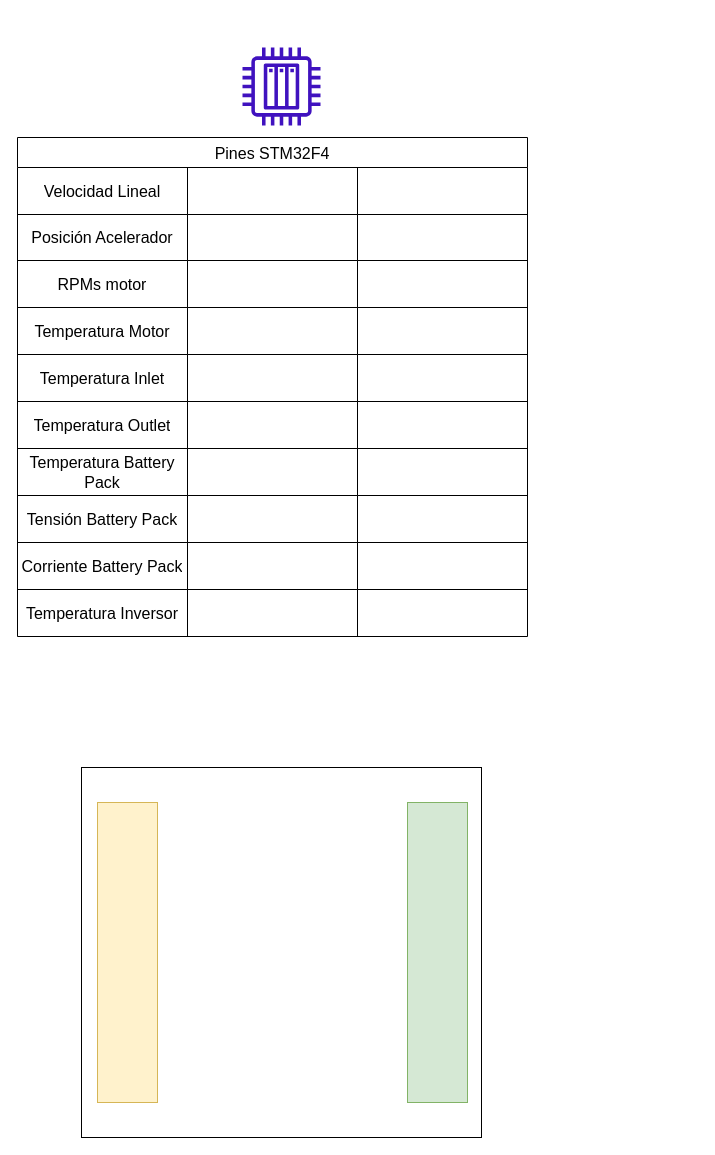
This is PinesHardware.drawio from EnekoJL/AMS_GitHub, a draw.io file, before an edit. Source tidied: cells renumbered, new cells numbered last; positions are measured from the earlier drawing's top-left corner, leaving out a move shared by most shapes. Both pictures are drawn from the tidied source at 100%, with x=0, y=0 at pixel (17, 47).
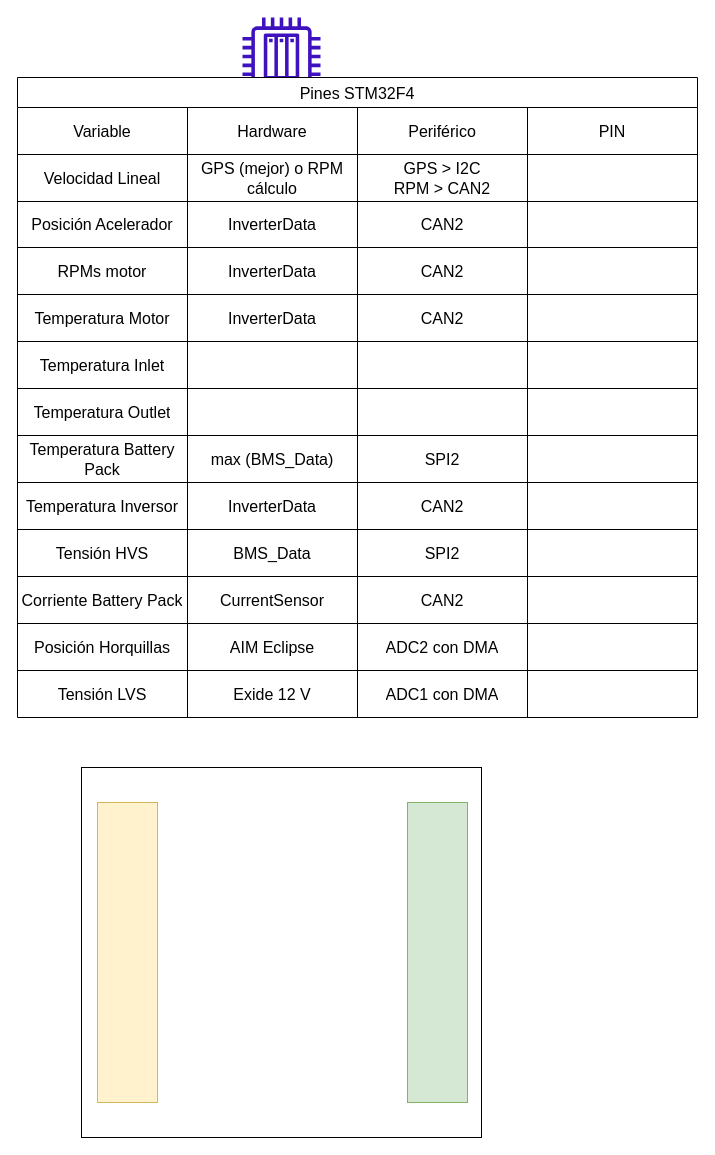
The same diagram, later.

Commit message:
Avance en tabla

The edit, as a diff of the source:
```diff
@@
     <mxCell id="2" style="sketch=0;fillColor=#4012BF;strokeColor=#4012BF;dashed=0;verticalLabelPosition=bottom;verticalAlign=top;align=center;html=1;fontSize=12;fontStyle=0;shape=mxgraph.aws4.iot_thing_plc;" parent="1" vertex="1">
-      <mxGeometry x="225" width="78" height="78" as="geometry" />
+      <mxGeometry x="225" y="-30" width="78" height="78" as="geometry" />
     </mxCell>
@@
     <mxCell id="7" value="Pines STM32F4" style="shape=table;startSize=30;childLayout=tableLayout;strokeColor=default;fontSize=16;" parent="1" vertex="1">
-      <mxGeometry y="90" width="510" height="499" as="geometry" />
+      <mxGeometry y="30" width="680" height="640" as="geometry" />
     </mxCell>
+    <mxCell id="48" style="shape=tableRow;horizontal=0;startSize=0;swimlaneHead=0;swimlaneBody=0;strokeColor=inherit;top=0;left=0;bottom=0;right=0;fillColor=none;fontSize=16;" parent="7" vertex="1">
+      <mxGeometry y="30" width="680" height="47" as="geometry" />
+    </mxCell>
+    <mxCell id="49" value="Variable" style="shape=partialRectangle;html=1;whiteSpace=wrap;strokeColor=inherit;overflow=hidden;fillColor=none;top=0;left=0;bottom=0;right=0;fontSize=16;" parent="48" vertex="1">
+      <mxGeometry width="170" height="47" as="geometry" />
+    </mxCell>
+    <mxCell id="50" value="Hardware" style="shape=partialRectangle;html=1;whiteSpace=wrap;strokeColor=inherit;overflow=hidden;fillColor=none;top=0;left=0;bottom=0;right=0;fontSize=16;" parent="48" vertex="1">
+      <mxGeometry x="170" width="170" height="47" as="geometry" />
+    </mxCell>
+    <mxCell id="51" value="Periférico" style="shape=partialRectangle;html=1;whiteSpace=wrap;strokeColor=inherit;overflow=hidden;fillColor=none;top=0;left=0;bottom=0;right=0;fontSize=16;" parent="48" vertex="1">
+      <mxGeometry x="340" width="170" height="47" as="geometry" />
+    </mxCell>
+    <mxCell id="52" value="PIN" style="shape=partialRectangle;html=1;whiteSpace=wrap;strokeColor=inherit;overflow=hidden;fillColor=none;top=0;left=0;bottom=0;right=0;fontSize=16;" parent="48" vertex="1">
+      <mxGeometry x="510" width="170" height="47" as="geometry" />
+    </mxCell>
     <mxCell id="8" style="shape=tableRow;horizontal=0;startSize=0;swimlaneHead=0;swimlaneBody=0;strokeColor=inherit;top=0;left=0;bottom=0;right=0;fillColor=none;fontSize=16;" parent="7" vertex="1">
-      <mxGeometry y="30" width="510" height="47" as="geometry" />
+      <mxGeometry y="77" width="680" height="47" as="geometry" />
     </mxCell>
@@
-    <mxCell id="10" style="shape=partialRectangle;html=1;whiteSpace=wrap;strokeColor=inherit;overflow=hidden;fillColor=none;top=0;left=0;bottom=0;right=0;fontSize=16;" parent="8" vertex="1">
+    <mxCell id="10" value="GPS (mejor) o RPM cálculo" style="shape=partialRectangle;html=1;whiteSpace=wrap;strokeColor=inherit;overflow=hidden;fillColor=none;top=0;left=0;bottom=0;right=0;fontSize=16;" parent="8" vertex="1">
       <mxGeometry x="170" width="170" height="47" as="geometry" />
     </mxCell>
-    <mxCell id="11" style="shape=partialRectangle;html=1;whiteSpace=wrap;strokeColor=inherit;overflow=hidden;fillColor=none;top=0;left=0;bottom=0;right=0;fontSize=16;" parent="8" vertex="1">
+    <mxCell id="11" value="GPS &amp;gt; I2C&lt;div&gt;RPM &amp;gt; CAN2&lt;/div&gt;" style="shape=partialRectangle;html=1;whiteSpace=wrap;strokeColor=inherit;overflow=hidden;fillColor=none;top=0;left=0;bottom=0;right=0;fontSize=16;" parent="8" vertex="1">
       <mxGeometry x="340" width="170" height="47" as="geometry" />
     </mxCell>
+    <mxCell id="53" style="shape=partialRectangle;html=1;whiteSpace=wrap;strokeColor=inherit;overflow=hidden;fillColor=none;top=0;left=0;bottom=0;right=0;fontSize=16;" parent="8" vertex="1">
+      <mxGeometry x="510" width="170" height="47" as="geometry" />
+    </mxCell>
     <mxCell id="12" style="shape=tableRow;horizontal=0;startSize=0;swimlaneHead=0;swimlaneBody=0;strokeColor=inherit;top=0;left=0;bottom=0;right=0;fillColor=none;fontSize=16;" parent="7" vertex="1">
-      <mxGeometry y="77" width="510" height="46" as="geometry" />
+      <mxGeometry y="124" width="680" height="46" as="geometry" />
     </mxCell>
@@
-    <mxCell id="14" style="shape=partialRectangle;html=1;whiteSpace=wrap;strokeColor=inherit;overflow=hidden;fillColor=none;top=0;left=0;bottom=0;right=0;fontSize=16;" parent="12" vertex="1">
+    <mxCell id="14" value="InverterData" style="shape=partialRectangle;html=1;whiteSpace=wrap;strokeColor=inherit;overflow=hidden;fillColor=none;top=0;left=0;bottom=0;right=0;fontSize=16;" parent="12" vertex="1">
       <mxGeometry x="170" width="170" height="46" as="geometry" />
     </mxCell>
-    <mxCell id="15" style="shape=partialRectangle;html=1;whiteSpace=wrap;strokeColor=inherit;overflow=hidden;fillColor=none;top=0;left=0;bottom=0;right=0;fontSize=16;" parent="12" vertex="1">
+    <mxCell id="15" value="CAN2" style="shape=partialRectangle;html=1;whiteSpace=wrap;strokeColor=inherit;overflow=hidden;fillColor=none;top=0;left=0;bottom=0;right=0;fontSize=16;" parent="12" vertex="1">
       <mxGeometry x="340" width="170" height="46" as="geometry" />
     </mxCell>
+    <mxCell id="54" style="shape=partialRectangle;html=1;whiteSpace=wrap;strokeColor=inherit;overflow=hidden;fillColor=none;top=0;left=0;bottom=0;right=0;fontSize=16;" parent="12" vertex="1">
+      <mxGeometry x="510" width="170" height="46" as="geometry" />
+    </mxCell>
     <mxCell id="16" style="shape=tableRow;horizontal=0;startSize=0;swimlaneHead=0;swimlaneBody=0;strokeColor=inherit;top=0;left=0;bottom=0;right=0;fillColor=none;fontSize=16;" parent="7" vertex="1">
-      <mxGeometry y="123" width="510" height="47" as="geometry" />
+      <mxGeometry y="170" width="680" height="47" as="geometry" />
     </mxCell>
@@
-    <mxCell id="18" style="shape=partialRectangle;html=1;whiteSpace=wrap;strokeColor=inherit;overflow=hidden;fillColor=none;top=0;left=0;bottom=0;right=0;fontSize=16;" parent="16" vertex="1">
+    <mxCell id="18" value="InverterData" style="shape=partialRectangle;html=1;whiteSpace=wrap;strokeColor=inherit;overflow=hidden;fillColor=none;top=0;left=0;bottom=0;right=0;fontSize=16;" parent="16" vertex="1">
       <mxGeometry x="170" width="170" height="47" as="geometry" />
     </mxCell>
-    <mxCell id="19" style="shape=partialRectangle;html=1;whiteSpace=wrap;strokeColor=inherit;overflow=hidden;fillColor=none;top=0;left=0;bottom=0;right=0;fontSize=16;" parent="16" vertex="1">
+    <mxCell id="19" value="CAN2" style="shape=partialRectangle;html=1;whiteSpace=wrap;strokeColor=inherit;overflow=hidden;fillColor=none;top=0;left=0;bottom=0;right=0;fontSize=16;" parent="16" vertex="1">
       <mxGeometry x="340" width="170" height="47" as="geometry" />
     </mxCell>
+    <mxCell id="55" style="shape=partialRectangle;html=1;whiteSpace=wrap;strokeColor=inherit;overflow=hidden;fillColor=none;top=0;left=0;bottom=0;right=0;fontSize=16;" parent="16" vertex="1">
+      <mxGeometry x="510" width="170" height="47" as="geometry" />
+    </mxCell>
     <mxCell id="20" style="shape=tableRow;horizontal=0;startSize=0;swimlaneHead=0;swimlaneBody=0;strokeColor=inherit;top=0;left=0;bottom=0;right=0;fillColor=none;fontSize=16;" parent="7" vertex="1">
-      <mxGeometry y="170" width="510" height="47" as="geometry" />
+      <mxGeometry y="217" width="680" height="47" as="geometry" />
     </mxCell>
@@
-    <mxCell id="22" style="shape=partialRectangle;html=1;whiteSpace=wrap;strokeColor=inherit;overflow=hidden;fillColor=none;top=0;left=0;bottom=0;right=0;fontSize=16;" parent="20" vertex="1">
+    <mxCell id="22" value="InverterData" style="shape=partialRectangle;html=1;whiteSpace=wrap;strokeColor=inherit;overflow=hidden;fillColor=none;top=0;left=0;bottom=0;right=0;fontSize=16;" parent="20" vertex="1">
       <mxGeometry x="170" width="170" height="47" as="geometry" />
     </mxCell>
-    <mxCell id="23" style="shape=partialRectangle;html=1;whiteSpace=wrap;strokeColor=inherit;overflow=hidden;fillColor=none;top=0;left=0;bottom=0;right=0;fontSize=16;" parent="20" vertex="1">
+    <mxCell id="23" value="CAN2" style="shape=partialRectangle;html=1;whiteSpace=wrap;strokeColor=inherit;overflow=hidden;fillColor=none;top=0;left=0;bottom=0;right=0;fontSize=16;" parent="20" vertex="1">
       <mxGeometry x="340" width="170" height="47" as="geometry" />
     </mxCell>
+    <mxCell id="56" style="shape=partialRectangle;html=1;whiteSpace=wrap;strokeColor=inherit;overflow=hidden;fillColor=none;top=0;left=0;bottom=0;right=0;fontSize=16;" parent="20" vertex="1">
+      <mxGeometry x="510" width="170" height="47" as="geometry" />
+    </mxCell>
     <mxCell id="24" style="shape=tableRow;horizontal=0;startSize=0;swimlaneHead=0;swimlaneBody=0;strokeColor=inherit;top=0;left=0;bottom=0;right=0;fillColor=none;fontSize=16;" parent="7" vertex="1">
-      <mxGeometry y="217" width="510" height="47" as="geometry" />
+      <mxGeometry y="264" width="680" height="47" as="geometry" />
     </mxCell>
@@
+    <mxCell id="57" style="shape=partialRectangle;html=1;whiteSpace=wrap;strokeColor=inherit;overflow=hidden;fillColor=none;top=0;left=0;bottom=0;right=0;fontSize=16;" parent="24" vertex="1">
+      <mxGeometry x="510" width="170" height="47" as="geometry" />
+    </mxCell>
     <mxCell id="28" style="shape=tableRow;horizontal=0;startSize=0;swimlaneHead=0;swimlaneBody=0;strokeColor=inherit;top=0;left=0;bottom=0;right=0;fillColor=none;fontSize=16;" parent="7" vertex="1">
-      <mxGeometry y="264" width="510" height="47" as="geometry" />
+      <mxGeometry y="311" width="680" height="47" as="geometry" />
     </mxCell>
@@
+    <mxCell id="58" style="shape=partialRectangle;html=1;whiteSpace=wrap;strokeColor=inherit;overflow=hidden;fillColor=none;top=0;left=0;bottom=0;right=0;fontSize=16;" parent="28" vertex="1">
+      <mxGeometry x="510" width="170" height="47" as="geometry" />
+    </mxCell>
     <mxCell id="32" style="shape=tableRow;horizontal=0;startSize=0;swimlaneHead=0;swimlaneBody=0;strokeColor=inherit;top=0;left=0;bottom=0;right=0;fillColor=none;fontSize=16;" parent="7" vertex="1">
-      <mxGeometry y="311" width="510" height="47" as="geometry" />
+      <mxGeometry y="358" width="680" height="47" as="geometry" />
     </mxCell>
@@
-    <mxCell id="34" style="shape=partialRectangle;html=1;whiteSpace=wrap;strokeColor=inherit;overflow=hidden;fillColor=none;top=0;left=0;bottom=0;right=0;fontSize=16;" parent="32" vertex="1">
+    <mxCell id="34" value="max (BMS_Data)" style="shape=partialRectangle;html=1;whiteSpace=wrap;strokeColor=inherit;overflow=hidden;fillColor=none;top=0;left=0;bottom=0;right=0;fontSize=16;" parent="32" vertex="1">
       <mxGeometry x="170" width="170" height="47" as="geometry" />
     </mxCell>
-    <mxCell id="35" style="shape=partialRectangle;html=1;whiteSpace=wrap;strokeColor=inherit;overflow=hidden;fillColor=none;top=0;left=0;bottom=0;right=0;fontSize=16;" parent="32" vertex="1">
+    <mxCell id="35" value="SPI2" style="shape=partialRectangle;html=1;whiteSpace=wrap;strokeColor=inherit;overflow=hidden;fillColor=none;top=0;left=0;bottom=0;right=0;fontSize=16;" parent="32" vertex="1">
       <mxGeometry x="340" width="170" height="47" as="geometry" />
     </mxCell>
+    <mxCell id="59" style="shape=partialRectangle;html=1;whiteSpace=wrap;strokeColor=inherit;overflow=hidden;fillColor=none;top=0;left=0;bottom=0;right=0;fontSize=16;" parent="32" vertex="1">
+      <mxGeometry x="510" width="170" height="47" as="geometry" />
+    </mxCell>
     <mxCell id="36" style="shape=tableRow;horizontal=0;startSize=0;swimlaneHead=0;swimlaneBody=0;strokeColor=inherit;top=0;left=0;bottom=0;right=0;fillColor=none;fontSize=16;" parent="7" vertex="1">
-      <mxGeometry y="358" width="510" height="47" as="geometry" />
+      <mxGeometry y="405" width="680" height="47" as="geometry" />
     </mxCell>
-    <mxCell id="37" value="Tensión Battery Pack" style="shape=partialRectangle;html=1;whiteSpace=wrap;strokeColor=inherit;overflow=hidden;fillColor=none;top=0;left=0;bottom=0;right=0;fontSize=16;" parent="36" vertex="1">
+    <mxCell id="37" value="Temperatura Inversor" style="shape=partialRectangle;html=1;whiteSpace=wrap;strokeColor=inherit;overflow=hidden;fillColor=none;top=0;left=0;bottom=0;right=0;fontSize=16;" parent="36" vertex="1">
       <mxGeometry width="170" height="47" as="geometry" />
     </mxCell>
-    <mxCell id="38" style="shape=partialRectangle;html=1;whiteSpace=wrap;strokeColor=inherit;overflow=hidden;fillColor=none;top=0;left=0;bottom=0;right=0;fontSize=16;" parent="36" vertex="1">
+    <mxCell id="38" value="InverterData" style="shape=partialRectangle;html=1;whiteSpace=wrap;strokeColor=inherit;overflow=hidden;fillColor=none;top=0;left=0;bottom=0;right=0;fontSize=16;" parent="36" vertex="1">
       <mxGeometry x="170" width="170" height="47" as="geometry" />
     </mxCell>
-    <mxCell id="39" style="shape=partialRectangle;html=1;whiteSpace=wrap;strokeColor=inherit;overflow=hidden;fillColor=none;top=0;left=0;bottom=0;right=0;fontSize=16;" parent="36" vertex="1">
+    <mxCell id="39" value="CAN2" style="shape=partialRectangle;html=1;whiteSpace=wrap;strokeColor=inherit;overflow=hidden;fillColor=none;top=0;left=0;bottom=0;right=0;fontSize=16;" parent="36" vertex="1">
       <mxGeometry x="340" width="170" height="47" as="geometry" />
     </mxCell>
+    <mxCell id="60" style="shape=partialRectangle;html=1;whiteSpace=wrap;strokeColor=inherit;overflow=hidden;fillColor=none;top=0;left=0;bottom=0;right=0;fontSize=16;" parent="36" vertex="1">
+      <mxGeometry x="510" width="170" height="47" as="geometry" />
+    </mxCell>
     <mxCell id="40" style="shape=tableRow;horizontal=0;startSize=0;swimlaneHead=0;swimlaneBody=0;strokeColor=inherit;top=0;left=0;bottom=0;right=0;fillColor=none;fontSize=16;" parent="7" vertex="1">
-      <mxGeometry y="405" width="510" height="47" as="geometry" />
+      <mxGeometry y="452" width="680" height="47" as="geometry" />
     </mxCell>
-    <mxCell id="41" value="Corriente Battery Pack" style="shape=partialRectangle;html=1;whiteSpace=wrap;strokeColor=inherit;overflow=hidden;fillColor=none;top=0;left=0;bottom=0;right=0;fontSize=16;" parent="40" vertex="1">
+    <mxCell id="41" value="Tensión HVS" style="shape=partialRectangle;html=1;whiteSpace=wrap;strokeColor=inherit;overflow=hidden;fillColor=none;top=0;left=0;bottom=0;right=0;fontSize=16;" parent="40" vertex="1">
       <mxGeometry width="170" height="47" as="geometry" />
     </mxCell>
-    <mxCell id="42" style="shape=partialRectangle;html=1;whiteSpace=wrap;strokeColor=inherit;overflow=hidden;fillColor=none;top=0;left=0;bottom=0;right=0;fontSize=16;" parent="40" vertex="1">
+    <mxCell id="42" value="BMS_Data" style="shape=partialRectangle;html=1;whiteSpace=wrap;strokeColor=inherit;overflow=hidden;fillColor=none;top=0;left=0;bottom=0;right=0;fontSize=16;" parent="40" vertex="1">
       <mxGeometry x="170" width="170" height="47" as="geometry" />
     </mxCell>
-    <mxCell id="43" style="shape=partialRectangle;html=1;whiteSpace=wrap;strokeColor=inherit;overflow=hidden;fillColor=none;top=0;left=0;bottom=0;right=0;fontSize=16;" parent="40" vertex="1">
+    <mxCell id="43" value="SPI2" style="shape=partialRectangle;html=1;whiteSpace=wrap;strokeColor=inherit;overflow=hidden;fillColor=none;top=0;left=0;bottom=0;right=0;fontSize=16;" parent="40" vertex="1">
       <mxGeometry x="340" width="170" height="47" as="geometry" />
     </mxCell>
+    <mxCell id="61" style="shape=partialRectangle;html=1;whiteSpace=wrap;strokeColor=inherit;overflow=hidden;fillColor=none;top=0;left=0;bottom=0;right=0;fontSize=16;" parent="40" vertex="1">
+      <mxGeometry x="510" width="170" height="47" as="geometry" />
+    </mxCell>
     <mxCell id="44" style="shape=tableRow;horizontal=0;startSize=0;swimlaneHead=0;swimlaneBody=0;strokeColor=inherit;top=0;left=0;bottom=0;right=0;fillColor=none;fontSize=16;" parent="7" vertex="1">
-      <mxGeometry y="452" width="510" height="47" as="geometry" />
+      <mxGeometry y="499" width="680" height="47" as="geometry" />
     </mxCell>
-    <mxCell id="45" value="Temperatura Inversor" style="shape=partialRectangle;html=1;whiteSpace=wrap;strokeColor=inherit;overflow=hidden;fillColor=none;top=0;left=0;bottom=0;right=0;fontSize=16;" parent="44" vertex="1">
+    <mxCell id="45" value="Corriente Battery Pack" style="shape=partialRectangle;html=1;whiteSpace=wrap;strokeColor=inherit;overflow=hidden;fillColor=none;top=0;left=0;bottom=0;right=0;fontSize=16;" parent="44" vertex="1">
       <mxGeometry width="170" height="47" as="geometry" />
     </mxCell>
-    <mxCell id="46" style="shape=partialRectangle;html=1;whiteSpace=wrap;strokeColor=inherit;overflow=hidden;fillColor=none;top=0;left=0;bottom=0;right=0;fontSize=16;" parent="44" vertex="1">
+    <mxCell id="46" value="CurrentSensor" style="shape=partialRectangle;html=1;whiteSpace=wrap;strokeColor=inherit;overflow=hidden;fillColor=none;top=0;left=0;bottom=0;right=0;fontSize=16;" parent="44" vertex="1">
       <mxGeometry x="170" width="170" height="47" as="geometry" />
     </mxCell>
-    <mxCell id="47" style="shape=partialRectangle;html=1;whiteSpace=wrap;strokeColor=inherit;overflow=hidden;fillColor=none;top=0;left=0;bottom=0;right=0;fontSize=16;" parent="44" vertex="1">
+    <mxCell id="47" value="CAN2" style="shape=partialRectangle;html=1;whiteSpace=wrap;strokeColor=inherit;overflow=hidden;fillColor=none;top=0;left=0;bottom=0;right=0;fontSize=16;" parent="44" vertex="1">
       <mxGeometry x="340" width="170" height="47" as="geometry" />
     </mxCell>
+    <mxCell id="62" style="shape=partialRectangle;html=1;whiteSpace=wrap;strokeColor=inherit;overflow=hidden;fillColor=none;top=0;left=0;bottom=0;right=0;fontSize=16;" parent="44" vertex="1">
+      <mxGeometry x="510" width="170" height="47" as="geometry" />
+    </mxCell>
+    <mxCell id="63" style="shape=tableRow;horizontal=0;startSize=0;swimlaneHead=0;swimlaneBody=0;strokeColor=inherit;top=0;left=0;bottom=0;right=0;fillColor=none;fontSize=16;" parent="7" vertex="1">
+      <mxGeometry y="546" width="680" height="47" as="geometry" />
+    </mxCell>
+    <mxCell id="64" value="Posición Horquillas" style="shape=partialRectangle;html=1;whiteSpace=wrap;strokeColor=inherit;overflow=hidden;fillColor=none;top=0;left=0;bottom=0;right=0;fontSize=16;" parent="63" vertex="1">
+      <mxGeometry width="170" height="47" as="geometry" />
+    </mxCell>
+    <mxCell id="65" value="AIM Eclipse" style="shape=partialRectangle;html=1;whiteSpace=wrap;strokeColor=inherit;overflow=hidden;fillColor=none;top=0;left=0;bottom=0;right=0;fontSize=16;" parent="63" vertex="1">
+      <mxGeometry x="170" width="170" height="47" as="geometry" />
+    </mxCell>
+    <mxCell id="66" value="ADC2 con DMA" style="shape=partialRectangle;html=1;whiteSpace=wrap;strokeColor=inherit;overflow=hidden;fillColor=none;top=0;left=0;bottom=0;right=0;fontSize=16;" parent="63" vertex="1">
+      <mxGeometry x="340" width="170" height="47" as="geometry" />
+    </mxCell>
+    <mxCell id="67" style="shape=partialRectangle;html=1;whiteSpace=wrap;strokeColor=inherit;overflow=hidden;fillColor=none;top=0;left=0;bottom=0;right=0;fontSize=16;" parent="63" vertex="1">
+      <mxGeometry x="510" width="170" height="47" as="geometry" />
+    </mxCell>
+    <mxCell id="68" style="shape=tableRow;horizontal=0;startSize=0;swimlaneHead=0;swimlaneBody=0;strokeColor=inherit;top=0;left=0;bottom=0;right=0;fillColor=none;fontSize=16;" parent="7" vertex="1">
+      <mxGeometry y="593" width="680" height="47" as="geometry" />
+    </mxCell>
+    <mxCell id="69" value="Tensión LVS" style="shape=partialRectangle;html=1;whiteSpace=wrap;strokeColor=inherit;overflow=hidden;fillColor=none;top=0;left=0;bottom=0;right=0;fontSize=16;" parent="68" vertex="1">
+      <mxGeometry width="170" height="47" as="geometry" />
+    </mxCell>
+    <mxCell id="70" value="Exide 12 V" style="shape=partialRectangle;html=1;whiteSpace=wrap;strokeColor=inherit;overflow=hidden;fillColor=none;top=0;left=0;bottom=0;right=0;fontSize=16;" parent="68" vertex="1">
+      <mxGeometry x="170" width="170" height="47" as="geometry" />
+    </mxCell>
+    <mxCell id="71" value="ADC1 con DMA" style="shape=partialRectangle;html=1;whiteSpace=wrap;strokeColor=inherit;overflow=hidden;fillColor=none;top=0;left=0;bottom=0;right=0;fontSize=16;" parent="68" vertex="1">
+      <mxGeometry x="340" width="170" height="47" as="geometry" />
+    </mxCell>
+    <mxCell id="72" style="shape=partialRectangle;html=1;whiteSpace=wrap;strokeColor=inherit;overflow=hidden;fillColor=none;top=0;left=0;bottom=0;right=0;fontSize=16;" parent="68" vertex="1">
+      <mxGeometry x="510" width="170" height="47" as="geometry" />
+    </mxCell>
```
